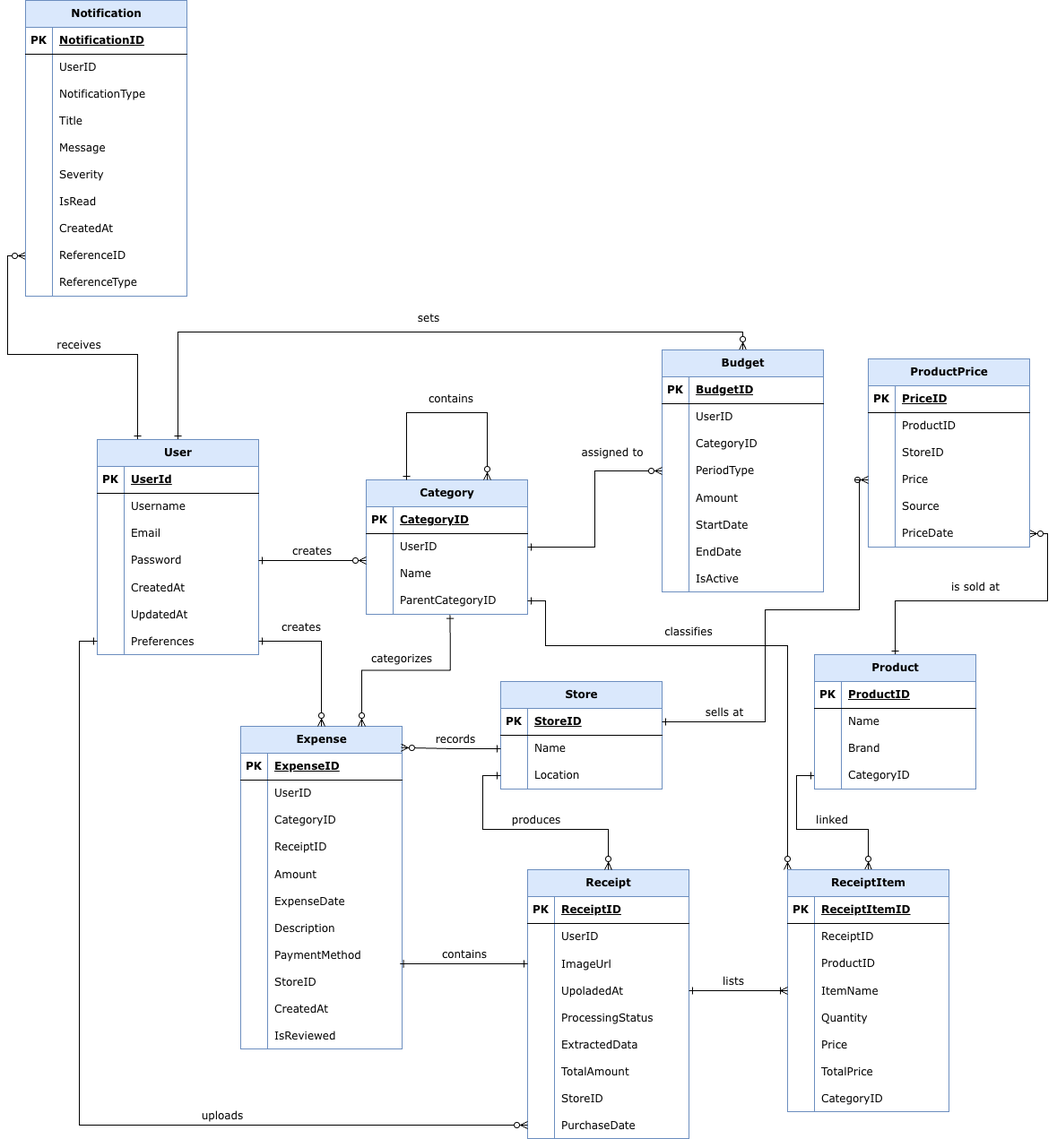
Earlier version of the draw.io export expense_tracker_erd.png (lamijazukan/ExpenseTrackerApp). Source tidied: cells renumbered, new cells last; positions are measured from the earlier drawing's top-left corner, leaving out a move shared by most shapes.
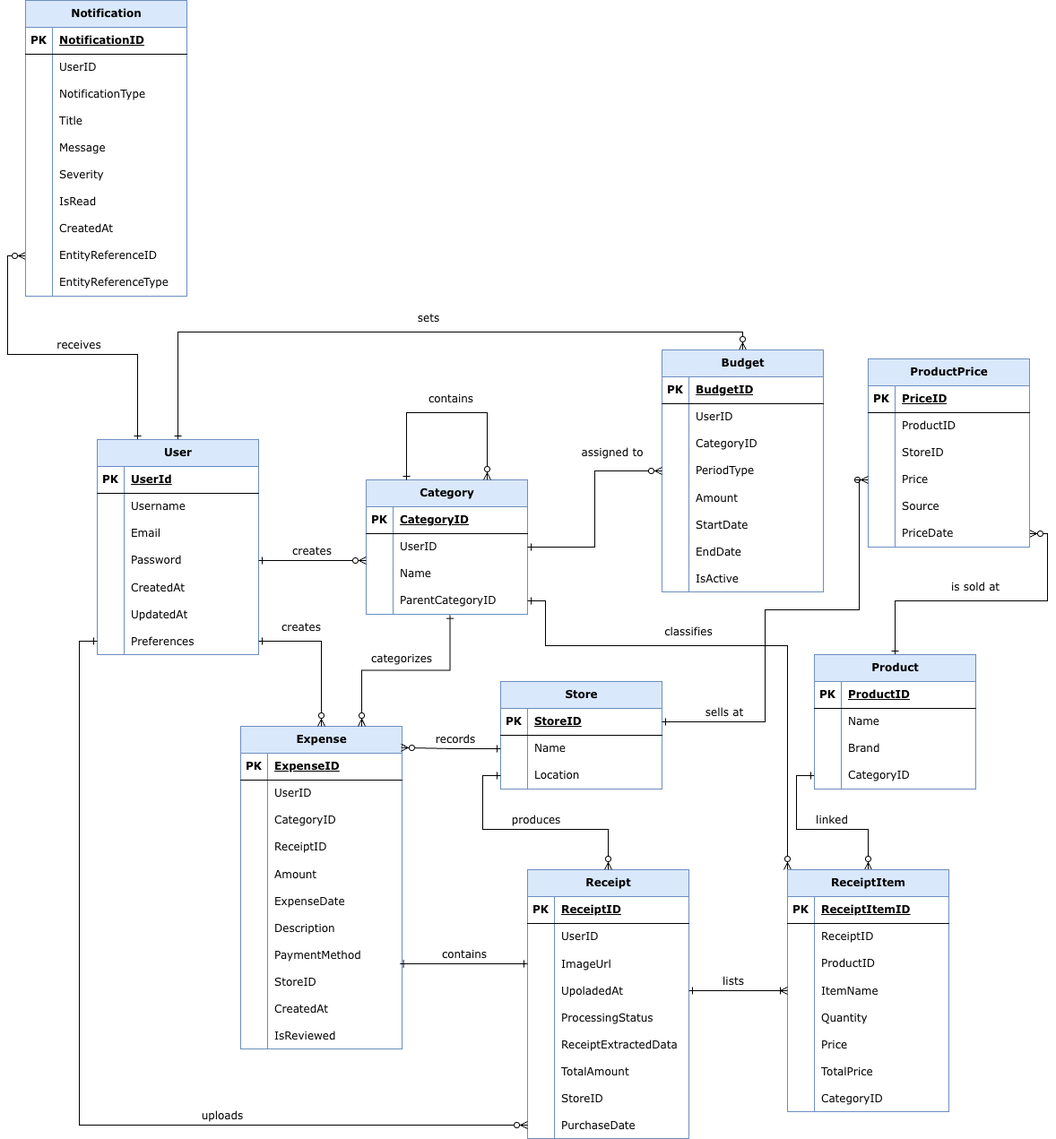
After the change.

Diff of the diagram source:
```diff
@@ -291,7 +291,7 @@
     <mxCell id="94" style="shape=partialRectangle;fillColor=none;top=0;left=0;bottom=0;right=0;overflow=hidden;" parent="93" vertex="1">
       <mxGeometry width="30" height="30" as="geometry" />
     </mxCell>
-    <mxCell id="95" value="ExtractedData" style="shape=partialRectangle;fillColor=none;top=0;left=0;bottom=0;right=0;align=left;spacingLeft=6;overflow=hidden;fontFamily=Verdana;" parent="93" vertex="1">
+    <mxCell id="95" value="ReceiptExtractedData" style="shape=partialRectangle;fillColor=none;top=0;left=0;bottom=0;right=0;align=left;spacingLeft=6;overflow=hidden;fontFamily=Verdana;" parent="93" vertex="1">
       <mxGeometry x="30" width="150" height="30" as="geometry" />
     </mxCell>
     <mxCell id="96" style="shape=tableRow;horizontal=0;startSize=0;swimlaneHead=0;swimlaneBody=0;fillColor=none;top=0;left=0;right=0;bottom=0;" parent="77" vertex="1">
@@ -690,7 +690,7 @@
     <mxCell id="225" style="shape=partialRectangle;fillColor=none;top=0;left=0;bottom=0;right=0;overflow=hidden;whiteSpace=wrap;html=1;" parent="224" vertex="1">
       <mxGeometry width="30" height="30" as="geometry" />
     </mxCell>
-    <mxCell id="226" value="ReferenceID" style="shape=partialRectangle;fillColor=none;top=0;left=0;bottom=0;right=0;align=left;spacingLeft=6;overflow=hidden;whiteSpace=wrap;html=1;fontFamily=Verdana;" parent="224" vertex="1">
+    <mxCell id="226" value="EntityReferenceID" style="shape=partialRectangle;fillColor=none;top=0;left=0;bottom=0;right=0;align=left;spacingLeft=6;overflow=hidden;whiteSpace=wrap;html=1;fontFamily=Verdana;" parent="224" vertex="1">
       <mxGeometry x="30" width="150" height="30" as="geometry" />
     </mxCell>
     <mxCell id="227" style="shape=tableRow;horizontal=0;startSize=0;swimlaneHead=0;swimlaneBody=0;fillColor=none;top=0;left=0;right=0;bottom=0;" parent="199" vertex="1">
@@ -699,7 +699,7 @@
     <mxCell id="228" style="shape=partialRectangle;fillColor=none;top=0;left=0;bottom=0;right=0;overflow=hidden;whiteSpace=wrap;html=1;" parent="227" vertex="1">
       <mxGeometry width="30" height="30" as="geometry" />
     </mxCell>
-    <mxCell id="229" value="ReferenceType" style="shape=partialRectangle;fillColor=none;top=0;left=0;bottom=0;right=0;align=left;spacingLeft=6;overflow=hidden;whiteSpace=wrap;html=1;fontFamily=Verdana;" parent="227" vertex="1">
+    <mxCell id="229" value="EntityReferenceType" style="shape=partialRectangle;fillColor=none;top=0;left=0;bottom=0;right=0;align=left;spacingLeft=6;overflow=hidden;whiteSpace=wrap;html=1;fontFamily=Verdana;" parent="227" vertex="1">
       <mxGeometry x="30" width="150" height="30" as="geometry" />
     </mxCell>
     <mxCell id="230" style="edgeStyle=orthogonalEdgeStyle;curved=1;rounded=0;jettySize=auto;html=1;exitX=1;exitY=0.5;exitDx=0;exitDy=0;endArrow=ERzeroToMany;endFill=0;startArrow=ERone;startFill=0;" parent="1" edge="1" source="17">
```
